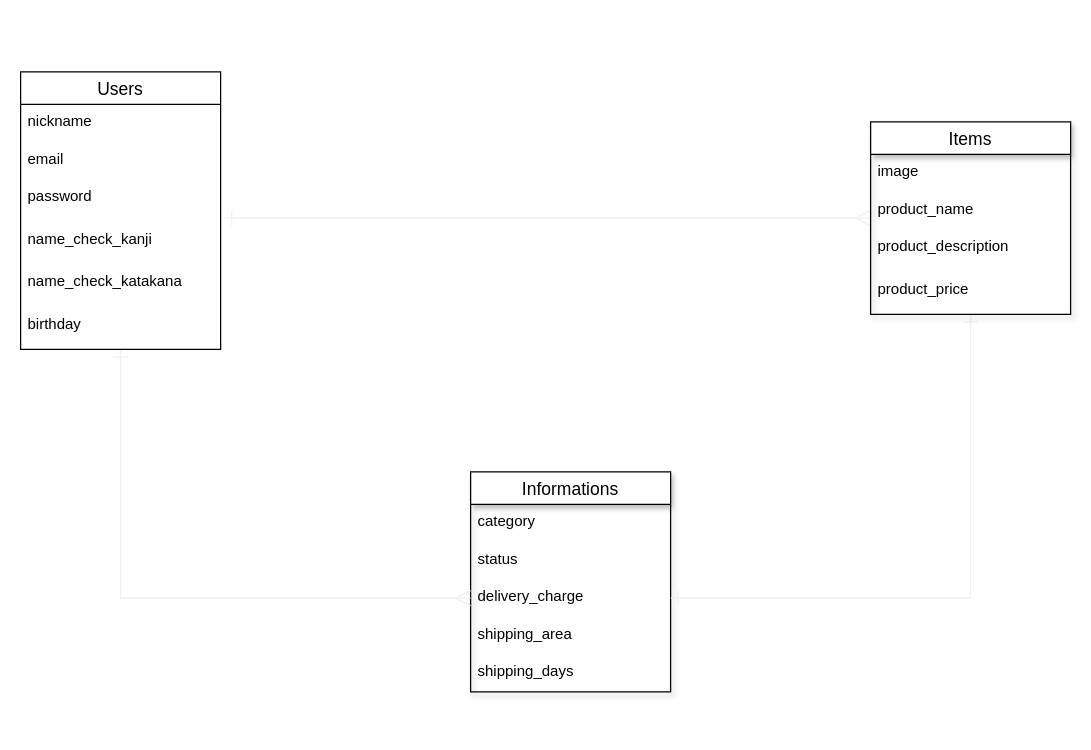
Before: er.dio in shiki0501/furima-35482, a draw.io diagram. Source tidied: cells renumbered, new cells numbered last; positions are measured from the earlier drawing's top-left corner, leaving out a move shared by most shapes. Both pictures are drawn from the tidied source at 125%, with x=0, y=0 at pixel (20, 71).
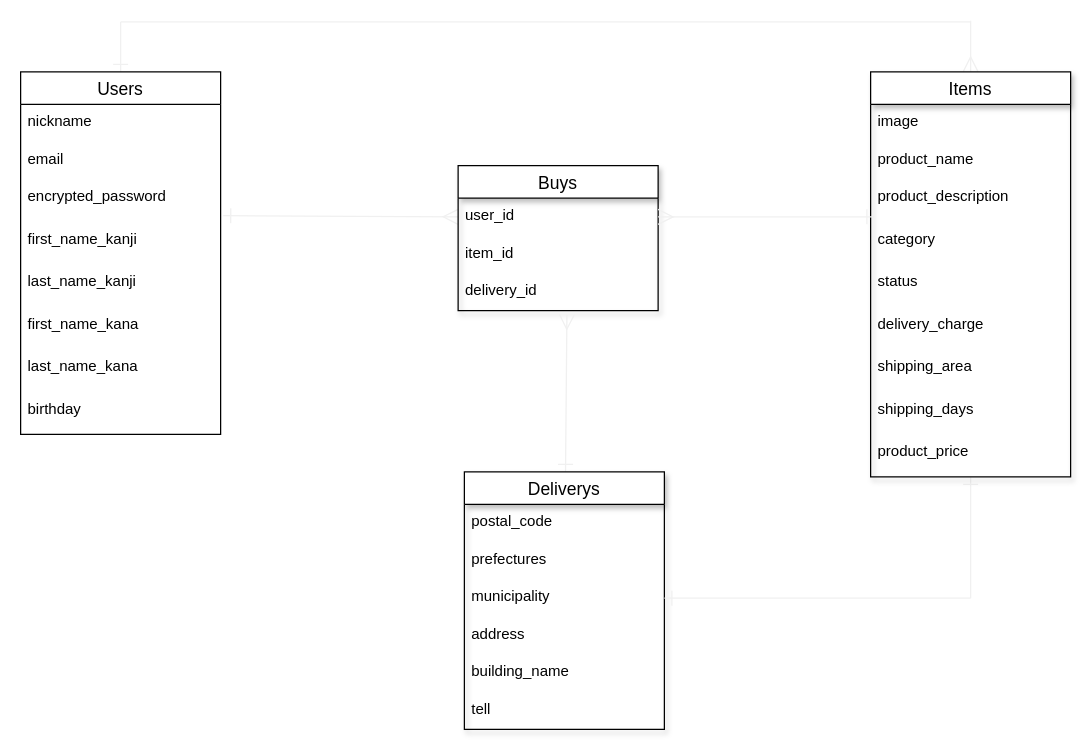
The same diagram, later.

Commit message (it also covers changes not shown here):
データベース設計（修正）

The edit, as a diff of the source:
```diff
@@
-    <mxCell id="2" style="edgeStyle=none;rounded=0;jumpSize=6;jettySize=auto;html=1;shadow=0;startArrow=ERone;startFill=0;endArrow=none;endFill=0;startSize=10;endSize=10;targetPerimeterSpacing=5;strokeColor=#f0f0f0;strokeWidth=1;" parent="1" edge="1" source="3">
-      <mxGeometry relative="1" as="geometry">
-        <mxPoint x="80" y="422" as="targetPoint" />
-      </mxGeometry>
-    </mxCell>
+    <mxCell id="25" style="edgeStyle=none;rounded=0;jumpSize=6;jettySize=auto;html=1;shadow=0;startArrow=ERone;startFill=0;endArrow=none;endFill=0;startSize=10;endSize=10;targetPerimeterSpacing=5;strokeColor=#f0f0f0;strokeWidth=1;" parent="1" edge="1" source="3">
+      <mxGeometry relative="1" as="geometry">
+        <mxPoint x="80" y="-40" as="targetPoint" />
+      </mxGeometry>
+    </mxCell>
     <mxCell id="3" value="Users" style="swimlane;fontStyle=0;horizontal=1;startSize=26;align=center;fontSize=14;" parent="1" vertex="1">
-      <mxGeometry width="160" height="222" as="geometry" />
+      <mxGeometry width="160" height="290" as="geometry" />
     </mxCell>
@@
-    <mxCell id="6" value="password" style="text;strokeColor=none;fillColor=none;spacingLeft=4;spacingRight=4;overflow=hidden;fontSize=12;" parent="3" vertex="1">
-      <mxGeometry y="86" width="160" height="34" as="geometry" />
-    </mxCell>
-    <mxCell id="7" value="name_check_kanji" style="text;strokeColor=none;fillColor=none;spacingLeft=4;spacingRight=4;overflow=hidden;points=[[0,0.5],[1,0.5]];portConstraint=eastwest;fontSize=12;" parent="3" vertex="1">
-      <mxGeometry y="120" width="160" height="34" as="geometry" />
+    <mxCell id="7" value="encrypted_password" style="text;strokeColor=none;fillColor=none;spacingLeft=4;spacingRight=4;overflow=hidden;points=[[0,0.5],[1,0.5]];portConstraint=eastwest;fontSize=12;" parent="3" vertex="1">
+      <mxGeometry y="86" width="160" height="34" as="geometry" />
     </mxCell>
-    <mxCell id="8" value="name_check_katakana" style="text;strokeColor=none;fillColor=none;spacingLeft=4;spacingRight=4;overflow=hidden;points=[[0,0.5],[1,0.5]];portConstraint=eastwest;fontSize=12;" parent="3" vertex="1">
-      <mxGeometry y="154" width="160" height="34" as="geometry" />
+    <mxCell id="8" value="first_name_kanji " style="text;strokeColor=none;fillColor=none;spacingLeft=4;spacingRight=4;overflow=hidden;points=[[0,0.5],[1,0.5]];portConstraint=eastwest;fontSize=12;" parent="3" vertex="1">
+      <mxGeometry y="120" width="160" height="34" as="geometry" />
     </mxCell>
+    <mxCell id="26" value="last_name_kanji " style="text;strokeColor=none;fillColor=none;spacingLeft=4;spacingRight=4;overflow=hidden;fontSize=12;" parent="3" vertex="1">
+      <mxGeometry y="154" width="160" height="34" as="geometry" />
+    </mxCell>
+    <mxCell id="27" value="first_name_kana" style="text;strokeColor=none;fillColor=none;spacingLeft=4;spacingRight=4;overflow=hidden;fontSize=12;" parent="3" vertex="1">
+      <mxGeometry y="188" width="160" height="34" as="geometry" />
+    </mxCell>
+    <mxCell id="28" value="last_name_kana" style="text;strokeColor=none;fillColor=none;spacingLeft=4;spacingRight=4;overflow=hidden;fontSize=12;" parent="3" vertex="1">
+      <mxGeometry y="222" width="160" height="34" as="geometry" />
+    </mxCell>
     <mxCell id="9" value="birthday" style="text;strokeColor=none;fillColor=none;spacingLeft=4;spacingRight=4;overflow=hidden;fontSize=12;" parent="3" vertex="1">
-      <mxGeometry y="188" width="160" height="34" as="geometry" />
+      <mxGeometry y="256" width="160" height="34" as="geometry" />
     </mxCell>
-    <mxCell id="10" style="edgeStyle=none;rounded=0;jumpSize=6;jettySize=auto;html=1;entryX=1.018;entryY=-0.092;entryDx=0;entryDy=0;entryPerimeter=0;shadow=0;startArrow=ERmany;startFill=0;endArrow=ERone;endFill=0;startSize=10;endSize=10;targetPerimeterSpacing=5;strokeColor=#f0f0f0;strokeWidth=1;" parent="1" edge="1" source="12" target="7">
+    <mxCell id="10" style="edgeStyle=none;rounded=0;jumpSize=6;jettySize=auto;html=1;entryX=1.013;entryY=-0.147;entryDx=0;entryDy=0;entryPerimeter=0;shadow=0;startArrow=ERmany;startFill=0;endArrow=ERone;endFill=0;startSize=10;endSize=10;targetPerimeterSpacing=5;strokeColor=#f0f0f0;strokeWidth=1;exitX=0;exitY=0.5;exitDx=0;exitDy=0;spacing=2;" parent="1" edge="1" source="18" target="8">
       <mxGeometry relative="1" as="geometry" />
     </mxCell>
@@
+    <mxCell id="29" style="edgeStyle=none;rounded=0;jumpSize=6;jettySize=auto;html=1;shadow=0;startArrow=ERmany;startFill=0;endArrow=none;endFill=0;startSize=10;endSize=10;targetPerimeterSpacing=5;strokeColor=#f0f0f0;strokeWidth=1;" parent="1" edge="1" source="12">
+      <mxGeometry relative="1" as="geometry">
+        <mxPoint x="760" y="-41" as="targetPoint" />
+      </mxGeometry>
+    </mxCell>
     <mxCell id="12" value="Items" style="swimlane;fontStyle=0;horizontal=1;startSize=26;align=center;fontSize=14;shadow=1;" parent="1" vertex="1">
-      <mxGeometry x="680" y="40" width="160" height="154" as="geometry" />
+      <mxGeometry x="680" width="160" height="324" as="geometry" />
     </mxCell>
@@
+    <mxCell id="30" value="category " style="text;strokeColor=none;fillColor=none;spacingLeft=4;spacingRight=4;overflow=hidden;points=[[0,0.5],[1,0.5]];portConstraint=eastwest;fontSize=12;" parent="12" vertex="1">
+      <mxGeometry y="120" width="160" height="34" as="geometry" />
+    </mxCell>
+    <mxCell id="31" value="status " style="text;strokeColor=none;fillColor=none;spacingLeft=4;spacingRight=4;overflow=hidden;fontSize=12;" parent="12" vertex="1">
+      <mxGeometry y="154" width="160" height="34" as="geometry" />
+    </mxCell>
+    <mxCell id="20" value="delivery_charge " style="text;strokeColor=none;fillColor=none;spacingLeft=4;spacingRight=4;overflow=hidden;points=[[0,0.5],[1,0.5]];portConstraint=eastwest;fontSize=12;" parent="12" vertex="1">
+      <mxGeometry y="188" width="160" height="34" as="geometry" />
+    </mxCell>
+    <mxCell id="21" value="shipping_area " style="text;strokeColor=none;fillColor=none;spacingLeft=4;spacingRight=4;overflow=hidden;fontSize=12;" parent="12" vertex="1">
+      <mxGeometry y="222" width="160" height="34" as="geometry" />
+    </mxCell>
+    <mxCell id="22" value="shipping_days" style="text;strokeColor=none;fillColor=none;spacingLeft=4;spacingRight=4;overflow=hidden;fontSize=12;" parent="12" vertex="1">
+      <mxGeometry y="256" width="160" height="34" as="geometry" />
+    </mxCell>
-    <mxCell id="16" value="product_price" style="text;strokeColor=none;fillColor=none;spacingLeft=4;spacingRight=4;overflow=hidden;fontSize=12;" parent="12" vertex="1">
-      <mxGeometry y="120" width="160" height="34" as="geometry" />
+    <mxCell id="16" value="product_price " style="text;strokeColor=none;fillColor=none;spacingLeft=4;spacingRight=4;overflow=hidden;fontSize=12;" parent="12" vertex="1">
+      <mxGeometry y="290" width="160" height="34" as="geometry" />
     </mxCell>
-    <mxCell id="17" value="Informations" style="swimlane;fontStyle=0;horizontal=1;startSize=26;align=center;fontSize=14;shadow=1;" parent="1" vertex="1">
-      <mxGeometry x="360" y="320" width="160" height="176" as="geometry" />
+    <mxCell id="17" value="Buys" style="swimlane;fontStyle=0;horizontal=1;startSize=26;align=center;fontSize=14;shadow=1;" parent="1" vertex="1">
+      <mxGeometry x="350" y="75" width="160" height="116" as="geometry" />
     </mxCell>
-    <mxCell id="18" value="category" style="text;strokeColor=none;fillColor=none;spacingLeft=4;spacingRight=4;overflow=hidden;points=[[0,0.5],[1,0.5]];portConstraint=eastwest;fontSize=12;" parent="17" vertex="1">
+    <mxCell id="18" value="user_id" style="text;strokeColor=none;fillColor=none;spacingLeft=4;spacingRight=4;overflow=hidden;points=[[0,0.5],[1,0.5]];portConstraint=eastwest;fontSize=12;" parent="17" vertex="1">
       <mxGeometry y="26" width="160" height="30" as="geometry" />
     </mxCell>
+    <mxCell id="32" value="item_id" style="text;strokeColor=none;fillColor=none;spacingLeft=4;spacingRight=4;overflow=hidden;fontSize=12;" parent="17" vertex="1">
+      <mxGeometry y="56" width="160" height="30" as="geometry" />
+    </mxCell>
-    <mxCell id="19" value="status" style="text;strokeColor=none;fillColor=none;spacingLeft=4;spacingRight=4;overflow=hidden;points=[[0,0.5],[1,0.5]];portConstraint=eastwest;fontSize=12;" parent="17" vertex="1">
-      <mxGeometry y="56" width="160" height="30" as="geometry" />
+    <mxCell id="19" value="delivery_id" style="text;strokeColor=none;fillColor=none;spacingLeft=4;spacingRight=4;overflow=hidden;points=[[0,0.5],[1,0.5]];portConstraint=eastwest;fontSize=12;" parent="17" vertex="1">
+      <mxGeometry y="86" width="160" height="30" as="geometry" />
     </mxCell>
-    <mxCell id="20" value="delivery_charge" style="text;strokeColor=none;fillColor=none;spacingLeft=4;spacingRight=4;overflow=hidden;points=[[0,0.5],[1,0.5]];portConstraint=eastwest;fontSize=12;" parent="17" vertex="1">
-      <mxGeometry y="86" width="160" height="30" as="geometry" />
-    </mxCell>
-    <mxCell id="21" value="shipping_area" style="text;strokeColor=none;fillColor=none;spacingLeft=4;spacingRight=4;overflow=hidden;fontSize=12;" parent="17" vertex="1">
-      <mxGeometry y="116" width="160" height="30" as="geometry" />
-    </mxCell>
-    <mxCell id="22" value="shipping_days" style="text;strokeColor=none;fillColor=none;spacingLeft=4;spacingRight=4;overflow=hidden;fontSize=12;" parent="17" vertex="1">
-      <mxGeometry y="146" width="160" height="30" as="geometry" />
-    </mxCell>
-    <mxCell id="23" style="edgeStyle=none;rounded=0;jumpSize=6;jettySize=auto;html=1;shadow=0;startArrow=ERmany;startFill=0;endArrow=none;endFill=0;startSize=10;endSize=10;targetPerimeterSpacing=5;strokeColor=#f0f0f0;strokeWidth=1;" parent="1" edge="1" source="20">
-      <mxGeometry relative="1" as="geometry">
-        <mxPoint x="80" y="421" as="targetPoint" />
-      </mxGeometry>
-    </mxCell>
-    <mxCell id="24" style="edgeStyle=none;rounded=0;jumpSize=6;jettySize=auto;html=1;shadow=0;startArrow=ERone;startFill=0;endArrow=none;endFill=0;startSize=10;endSize=10;targetPerimeterSpacing=5;strokeColor=#f0f0f0;strokeWidth=1;" parent="1" edge="1" source="20">
-      <mxGeometry relative="1" as="geometry">
-        <mxPoint x="760" y="421" as="targetPoint" />
-      </mxGeometry>
-    </mxCell>
+    <mxCell id="33" style="edgeStyle=none;rounded=0;jumpSize=6;jettySize=auto;html=1;entryX=0.544;entryY=1.1;entryDx=0;entryDy=0;entryPerimeter=0;shadow=0;startArrow=ERone;startFill=0;endArrow=ERmany;endFill=0;startSize=10;endSize=10;targetPerimeterSpacing=5;strokeColor=#f0f0f0;strokeWidth=1;" parent="1" edge="1" source="34" target="19">
+      <mxGeometry relative="1" as="geometry" />
+    </mxCell>
+    <mxCell id="34" value="Deliverys" style="swimlane;fontStyle=0;horizontal=1;startSize=26;align=center;fontSize=14;shadow=1;" parent="1" vertex="1">
+      <mxGeometry x="355" y="320" width="160" height="206" as="geometry" />
+    </mxCell>
+    <mxCell id="35" value=" postal_code " style="text;strokeColor=none;fillColor=none;spacingLeft=4;spacingRight=4;overflow=hidden;fontSize=12;" parent="34" vertex="1">
+      <mxGeometry y="26" width="160" height="30" as="geometry" />
+    </mxCell>
+    <mxCell id="36" value="prefectures " style="text;strokeColor=none;fillColor=none;spacingLeft=4;spacingRight=4;overflow=hidden;fontSize=12;" parent="34" vertex="1">
+      <mxGeometry y="56" width="160" height="30" as="geometry" />
+    </mxCell>
+    <mxCell id="37" value="municipality" style="text;strokeColor=none;fillColor=none;spacingLeft=4;spacingRight=4;overflow=hidden;points=[[0,0.5],[1,0.5]];portConstraint=eastwest;fontSize=12;" parent="34" vertex="1">
+      <mxGeometry y="86" width="160" height="30" as="geometry" />
+    </mxCell>
+    <mxCell id="38" value="address " style="text;strokeColor=none;fillColor=none;spacingLeft=4;spacingRight=4;overflow=hidden;fontSize=12;" parent="34" vertex="1">
+      <mxGeometry y="116" width="160" height="30" as="geometry" />
+    </mxCell>
+    <mxCell id="39" value="building_name" style="text;strokeColor=none;fillColor=none;spacingLeft=4;spacingRight=4;overflow=hidden;fontSize=12;" parent="34" vertex="1">
+      <mxGeometry y="146" width="160" height="30" as="geometry" />
+    </mxCell>
+    <mxCell id="40" value="tell " style="text;strokeColor=none;fillColor=none;spacingLeft=4;spacingRight=4;overflow=hidden;fontSize=12;" parent="34" vertex="1">
+      <mxGeometry y="176" width="160" height="30" as="geometry" />
+    </mxCell>
+    <mxCell id="41" style="edgeStyle=none;rounded=0;jumpSize=6;jettySize=auto;html=1;entryX=0.019;entryY=-0.118;entryDx=0;entryDy=0;entryPerimeter=0;shadow=0;startArrow=ERmany;startFill=0;endArrow=ERone;endFill=0;startSize=10;endSize=10;targetPerimeterSpacing=5;strokeColor=#f0f0f0;strokeWidth=1;" parent="1" edge="1" source="18" target="30">
+      <mxGeometry relative="1" as="geometry" />
+    </mxCell>
+    <mxCell id="42" style="edgeStyle=none;rounded=0;jumpSize=6;jettySize=auto;html=1;shadow=0;startArrow=ERone;startFill=0;endArrow=none;endFill=0;startSize=10;endSize=10;targetPerimeterSpacing=5;strokeColor=#f0f0f0;strokeWidth=1;" parent="1" edge="1" source="37">
+      <mxGeometry relative="1" as="geometry">
+        <mxPoint x="760" y="421" as="targetPoint" />
+      </mxGeometry>
+    </mxCell>
+    <mxCell id="43" style="endArrow=none;html=1;rounded=0;shadow=0;startSize=10;endSize=10;targetPerimeterSpacing=5;strokeColor=#f0f0f0;strokeWidth=1;" parent="1" edge="1">
+      <mxGeometry relative="1" as="geometry">
+        <mxPoint x="80" y="-40" as="sourcePoint" />
+        <mxPoint x="760" y="-40" as="targetPoint" />
+      </mxGeometry>
+    </mxCell>
```
